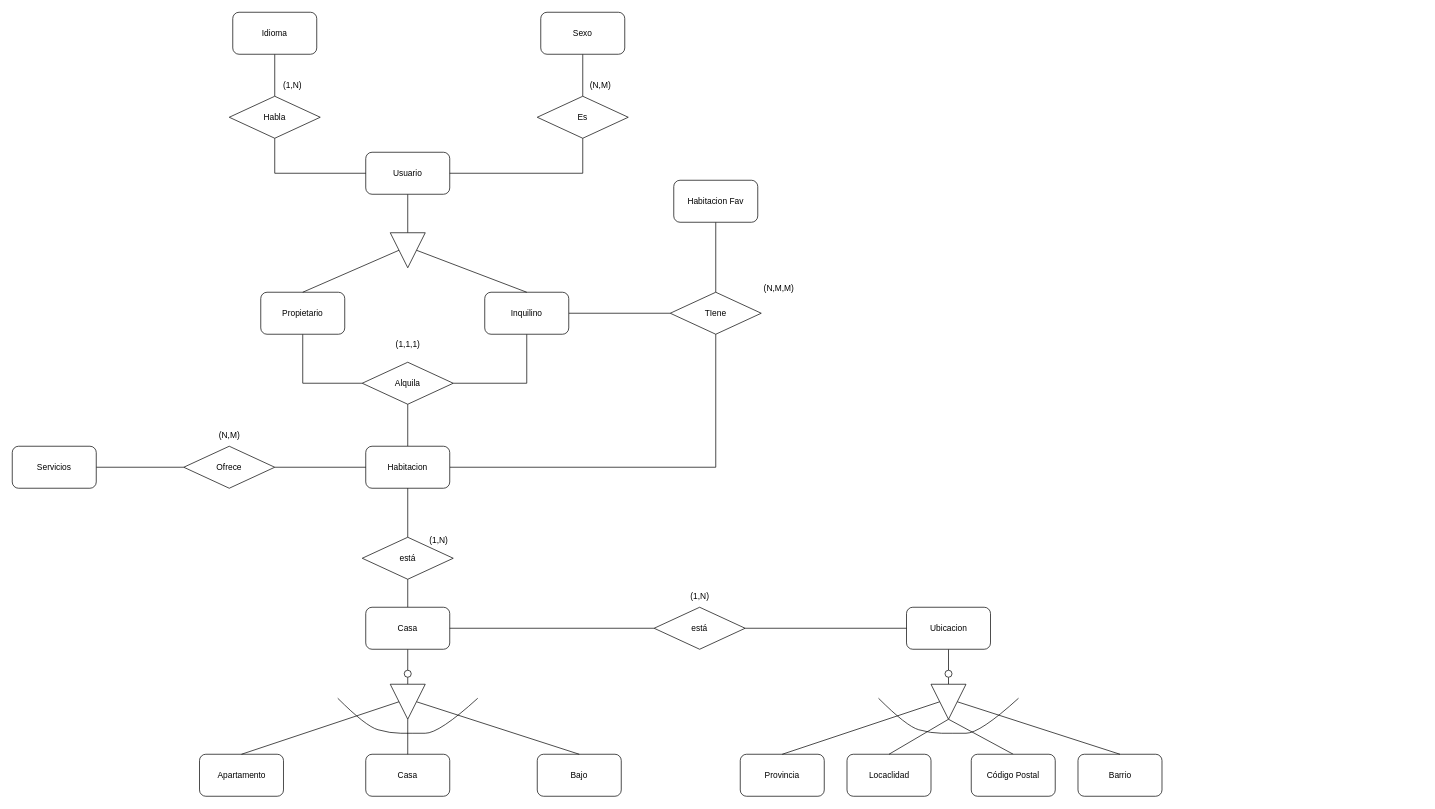
Before: ER_Rooming.drawio in samuelcrb/Rooming, a draw.io diagram. Source tidied: cells renumbered, new cells numbered last; positions are measured from the earlier drawing's top-left corner, leaving out a move shared by most shapes. Both pictures are drawn from the tidied source at 70%, with x=0, y=0 at pixel (12, 12).
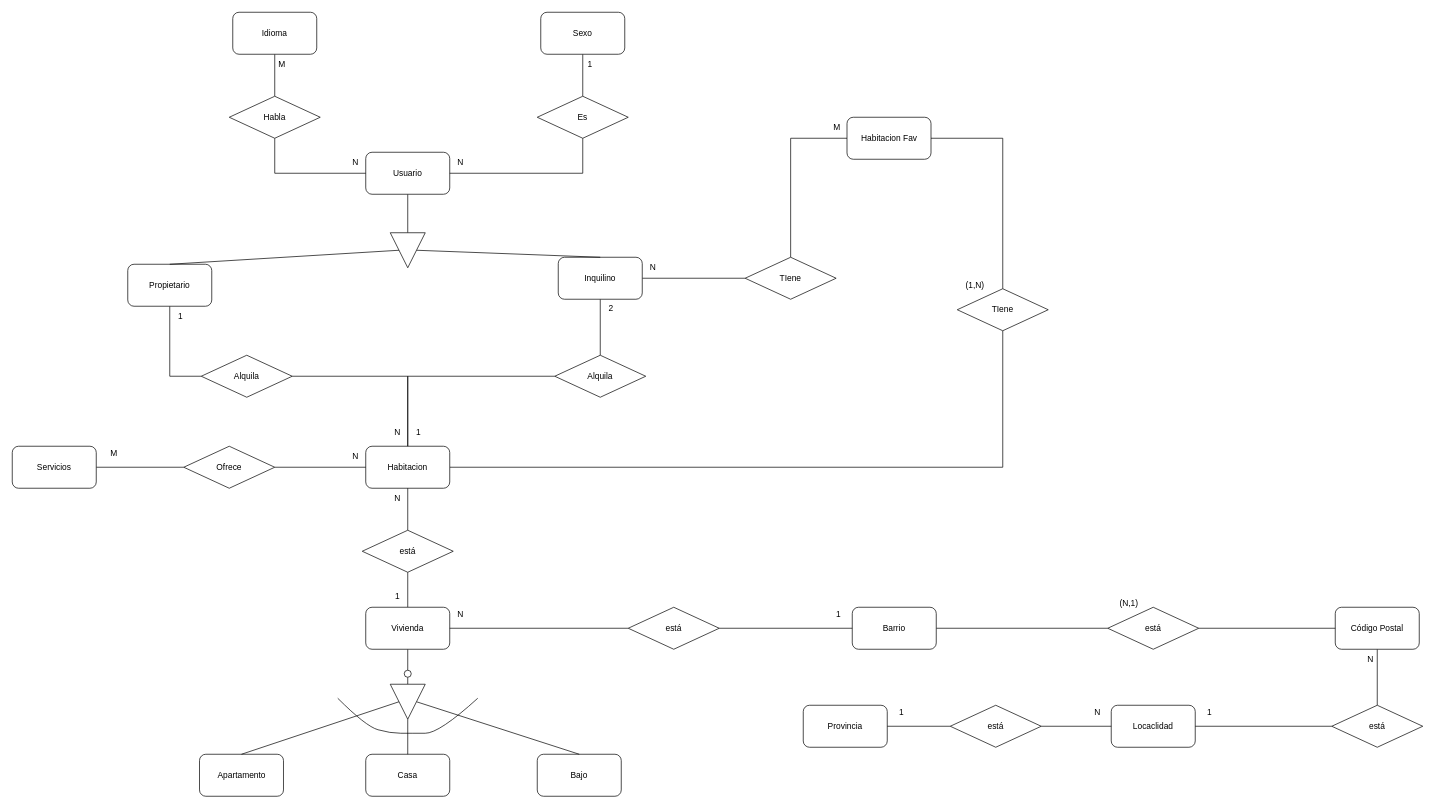
After the change.

Unchanged cells that the change refers to:
```xml
<mxCell id="15" value="Habitacion" style="rounded=1;whiteSpace=wrap;html=1;" parent="1" vertex="1">
  <mxGeometry x="505" y="620" width="120" height="60" as="geometry" />
</mxCell>
```

The edit, as a diff of the source:
```diff
@@
     <mxCell id="5" value="Propietario" style="rounded=1;whiteSpace=wrap;html=1;" parent="1" vertex="1">
-      <mxGeometry x="355" y="400" width="120" height="60" as="geometry" />
+      <mxGeometry x="165" y="360" width="120" height="60" as="geometry" />
     </mxCell>
-    <mxCell id="6" style="edgeStyle=orthogonalEdgeStyle;rounded=0;jettySize=auto;html=1;exitX=0.5;exitY=1;exitDx=0;exitDy=0;entryX=1;entryY=0.5;entryDx=0;entryDy=0;endArrow=none;endFill=0;" parent="1" edge="1" source="8" target="13">
+    <mxCell id="6" style="edgeStyle=orthogonalEdgeStyle;rounded=0;jettySize=auto;html=1;exitX=0.5;exitY=1;exitDx=0;exitDy=0;endArrow=none;endFill=0;entryX=0.5;entryY=0;entryDx=0;entryDy=0;" parent="1" edge="1" source="8" target="76">
       <mxGeometry relative="1" as="geometry" />
     </mxCell>
@@
     <mxCell id="8" value="Inquilino" style="rounded=1;whiteSpace=wrap;html=1;" parent="1" vertex="1">
-      <mxGeometry x="675" y="400" width="120" height="60" as="geometry" />
+      <mxGeometry x="780" y="350" width="120" height="60" as="geometry" />
     </mxCell>
@@
-    <mxCell id="12" style="edgeStyle=orthogonalEdgeStyle;rounded=0;jettySize=auto;html=1;entryX=0.5;entryY=0;entryDx=0;entryDy=0;endArrow=none;endFill=0;" parent="1" edge="1" source="13" target="15">
+    <mxCell id="12" style="edgeStyle=orthogonalEdgeStyle;rounded=0;jettySize=auto;html=1;entryX=0.5;entryY=0;entryDx=0;entryDy=0;endArrow=none;endFill=0;exitX=1;exitY=0.5;exitDx=0;exitDy=0;" parent="1" edge="1" source="13" target="15">
       <mxGeometry relative="1" as="geometry" />
     </mxCell>
     <mxCell id="13" value="Alquila" style="rhombus;whiteSpace=wrap;html=1;" parent="1" vertex="1">
-      <mxGeometry x="500" y="500" width="130" height="60" as="geometry" />
+      <mxGeometry x="270" y="490" width="130" height="60" as="geometry" />
     </mxCell>
-    <mxCell id="14" style="edgeStyle=orthogonalEdgeStyle;rounded=0;jettySize=auto;html=1;entryX=0.5;entryY=1;entryDx=0;entryDy=0;endArrow=none;endFill=0;" parent="1" edge="1" source="15" target="28">
+    <mxCell id="14" style="edgeStyle=orthogonalEdgeStyle;rounded=0;jettySize=auto;html=1;endArrow=none;endFill=0;entryX=0.5;entryY=1;entryDx=0;entryDy=0;" parent="1" edge="1" source="15" target="73">
       <mxGeometry relative="1" as="geometry" />
     </mxCell>
@@
-    <mxCell id="16" value="(1,1,1)" style="text;html=1;align=center;verticalAlign=middle;strokeColor=none;fillColor=none;" parent="1" vertex="1">
-      <mxGeometry x="535" y="460" width="60" height="30" as="geometry" />
-    </mxCell>
@@
-    <mxCell id="25" value="(1,N)" style="text;html=1;align=center;verticalAlign=middle;strokeColor=none;fillColor=none;" parent="1" vertex="1">
-      <mxGeometry x="375" y="90" width="50" height="30" as="geometry" />
-    </mxCell>
-    <mxCell id="26" value="(N,M)" style="text;html=1;align=center;verticalAlign=middle;strokeColor=none;fillColor=none;" parent="1" vertex="1">
-      <mxGeometry x="815" y="90" width="50" height="30" as="geometry" />
-    </mxCell>
-    <mxCell id="27" style="edgeStyle=orthogonalEdgeStyle;rounded=0;jettySize=auto;html=1;exitX=0.5;exitY=0;exitDx=0;exitDy=0;entryX=0.5;entryY=1;entryDx=0;entryDy=0;endArrow=none;endFill=0;" parent="1" edge="1" source="28" target="29">
+    <mxCell id="27" style="edgeStyle=orthogonalEdgeStyle;rounded=0;jettySize=auto;html=1;exitX=0.5;exitY=0;exitDx=0;exitDy=0;entryX=0;entryY=0.5;entryDx=0;entryDy=0;endArrow=none;endFill=0;" parent="1" edge="1" source="28" target="29">
       <mxGeometry relative="1" as="geometry" />
     </mxCell>
     <mxCell id="28" value="TIene" style="rhombus;whiteSpace=wrap;html=1;" parent="1" vertex="1">
-      <mxGeometry x="940" y="400" width="130" height="60" as="geometry" />
+      <mxGeometry x="1047" y="350" width="130" height="60" as="geometry" />
     </mxCell>
+    <mxCell id="70" style="edgeStyle=orthogonalEdgeStyle;rounded=0;jettySize=auto;html=1;entryX=0.5;entryY=0;entryDx=0;entryDy=0;endArrow=none;endFill=0;exitX=1;exitY=0.5;exitDx=0;exitDy=0;" parent="1" edge="1" source="29" target="73">
+      <mxGeometry relative="1" as="geometry" />
+    </mxCell>
     <mxCell id="29" value="Habitacion Fav" style="rounded=1;whiteSpace=wrap;html=1;" parent="1" vertex="1">
-      <mxGeometry x="945" y="240" width="120" height="60" as="geometry" />
+      <mxGeometry x="1192.5" y="150" width="120" height="60" as="geometry" />
     </mxCell>
-    <mxCell id="30" value="(N,M,M)" style="text;html=1;align=center;verticalAlign=middle;strokeColor=none;fillColor=none;" parent="1" vertex="1">
-      <mxGeometry x="1065" y="380" width="60" height="30" as="geometry" />
-    </mxCell>
@@
-    <mxCell id="35" value="(N,M)" style="text;html=1;align=center;verticalAlign=middle;strokeColor=none;fillColor=none;" parent="1" vertex="1">
-      <mxGeometry x="285" y="590" width="50" height="30" as="geometry" />
+    <mxCell id="35" value="N" style="text;html=1;align=center;verticalAlign=middle;strokeColor=none;fillColor=none;" parent="1" vertex="1">
+      <mxGeometry x="475" y="620" width="30" height="30" as="geometry" />
     </mxCell>
@@
     <mxCell id="38" value="está" style="rhombus;whiteSpace=wrap;html=1;" parent="1" vertex="1">
-      <mxGeometry x="500" y="750" width="130" height="60" as="geometry" />
+      <mxGeometry x="500" y="740" width="130" height="60" as="geometry" />
     </mxCell>
@@
-    <mxCell id="43" value="Casa" style="rounded=1;whiteSpace=wrap;html=1;" parent="1" vertex="1">
+    <mxCell id="43" value="Vivienda" style="rounded=1;whiteSpace=wrap;html=1;" parent="1" vertex="1">
       <mxGeometry x="505" y="850" width="120" height="60" as="geometry" />
     </mxCell>
@@
-    <mxCell id="51" value="(1,N)" style="text;html=1;align=center;verticalAlign=middle;strokeColor=none;fillColor=none;" parent="1" vertex="1">
-      <mxGeometry x="584" y="740" width="50" height="30" as="geometry" />
-    </mxCell>
     <mxCell id="52" value="Provincia" style="rounded=1;whiteSpace=wrap;html=1;" parent="1" vertex="1">
-      <mxGeometry x="1040" y="1060" width="120" height="60" as="geometry" />
+      <mxGeometry x="1130" y="990" width="120" height="60" as="geometry" />
     </mxCell>
+    <mxCell id="71" style="edgeStyle=orthogonalEdgeStyle;rounded=0;jettySize=auto;html=1;entryX=0;entryY=0.5;entryDx=0;entryDy=0;endArrow=none;endFill=0;" parent="1" edge="1" source="53" target="78">
+      <mxGeometry relative="1" as="geometry" />
+    </mxCell>
     <mxCell id="53" value="Barrio" style="rounded=1;whiteSpace=wrap;html=1;" parent="1" vertex="1">
-      <mxGeometry x="1522.5" y="1060" width="120" height="60" as="geometry" />
+      <mxGeometry x="1200" y="850" width="120" height="60" as="geometry" />
     </mxCell>
     <mxCell id="54" value="Locaclidad" style="rounded=1;whiteSpace=wrap;html=1;" parent="1" vertex="1">
-      <mxGeometry x="1192.5" y="1060" width="120" height="60" as="geometry" />
+      <mxGeometry x="1570" y="990" width="120" height="60" as="geometry" />
     </mxCell>
-    <mxCell id="55" style="edgeStyle=none;rounded=0;jettySize=auto;html=1;exitX=0.5;exitY=1;exitDx=0;exitDy=0;entryX=0.5;entryY=0;entryDx=0;entryDy=0;endArrow=none;endFill=0;" parent="1" edge="1" source="56" target="58">
-      <mxGeometry relative="1" as="geometry" />
-    </mxCell>
-    <mxCell id="56" value="Ubicacion" style="rounded=1;whiteSpace=wrap;html=1;" parent="1" vertex="1">
-      <mxGeometry x="1277.5" y="850" width="120" height="60" as="geometry" />
-    </mxCell>
-    <mxCell id="57" style="edgeStyle=none;rounded=0;jettySize=auto;html=1;exitX=0.5;exitY=1;exitDx=0;exitDy=0;entryX=0;entryY=0.5;entryDx=0;entryDy=0;endArrow=none;endFill=0;" parent="1" edge="1" source="58" target="63">
-      <mxGeometry relative="1" as="geometry" />
-    </mxCell>
-    <mxCell id="58" style="ellipse;whiteSpace=wrap;html=1;" parent="1" vertex="1">
-      <mxGeometry x="1332.5" y="940" width="10" height="10" as="geometry" />
-    </mxCell>
-    <mxCell id="59" style="rounded=0;jettySize=auto;html=1;exitX=0.5;exitY=1;exitDx=0;exitDy=0;entryX=0.5;entryY=0;entryDx=0;entryDy=0;endArrow=none;endFill=0;" parent="1" edge="1" source="63" target="52">
-      <mxGeometry relative="1" as="geometry" />
-    </mxCell>
-    <mxCell id="60" style="edgeStyle=none;rounded=0;jettySize=auto;html=1;exitX=1;exitY=0.5;exitDx=0;exitDy=0;entryX=0.5;entryY=0;entryDx=0;entryDy=0;endArrow=none;endFill=0;" parent="1" edge="1" source="63" target="54">
-      <mxGeometry relative="1" as="geometry" />
-    </mxCell>
-    <mxCell id="61" style="edgeStyle=none;rounded=0;jettySize=auto;html=1;exitX=0.5;exitY=0;exitDx=0;exitDy=0;entryX=0.5;entryY=0;entryDx=0;entryDy=0;endArrow=none;endFill=0;" parent="1" edge="1" source="63" target="53">
-      <mxGeometry relative="1" as="geometry" />
-    </mxCell>
-    <mxCell id="62" style="edgeStyle=none;rounded=0;jettySize=auto;html=1;exitX=1;exitY=0.5;exitDx=0;exitDy=0;entryX=0.5;entryY=0;entryDx=0;entryDy=0;endArrow=none;endFill=0;" parent="1" edge="1" source="63" target="65">
-      <mxGeometry relative="1" as="geometry" />
-    </mxCell>
-    <mxCell id="63" style="triangle;whiteSpace=wrap;html=1;rotation=90;" parent="1" vertex="1">
-      <mxGeometry x="1312.5" y="960" width="50" height="50" as="geometry" />
-    </mxCell>
-    <mxCell id="64" style="curved=1;endArrow=none;html=1;rounded=0;endFill=0;" parent="1" edge="1">
-      <mxGeometry relative="1" as="geometry">
-        <mxPoint x="1237.5" y="980" as="sourcePoint" />
-        <mxPoint x="1437.5" y="980" as="targetPoint" />
-        <Array as="points">
-          <mxPoint x="1277.5" y="1020" />
-          <mxPoint x="1312.5" y="1030" />
-          <mxPoint x="1342.5" y="1030" />
-          <mxPoint x="1382.5" y="1030" />
-        </Array>
-      </mxGeometry>
-    </mxCell>
+    <mxCell id="72" style="edgeStyle=orthogonalEdgeStyle;rounded=0;jettySize=auto;html=1;entryX=0.5;entryY=0;entryDx=0;entryDy=0;endArrow=none;endFill=0;" parent="1" edge="1" source="65" target="80">
+      <mxGeometry relative="1" as="geometry" />
+    </mxCell>
     <mxCell id="65" value="Código Postal" style="rounded=1;whiteSpace=wrap;html=1;" parent="1" vertex="1">
-      <mxGeometry x="1370" y="1060" width="120" height="60" as="geometry" />
+      <mxGeometry x="1890" y="850" width="120" height="60" as="geometry" />
     </mxCell>
@@
-    <mxCell id="67" style="edgeStyle=none;rounded=0;jettySize=auto;html=1;entryX=0;entryY=0.5;entryDx=0;entryDy=0;endArrow=none;endFill=0;" parent="1" edge="1" source="68" target="56">
+    <mxCell id="67" style="edgeStyle=none;rounded=0;jettySize=auto;html=1;entryX=0;entryY=0.5;entryDx=0;entryDy=0;endArrow=none;endFill=0;" parent="1" edge="1" source="68" target="53">
       <mxGeometry relative="1" as="geometry" />
     </mxCell>
     <mxCell id="68" value="está" style="rhombus;whiteSpace=wrap;html=1;" parent="1" vertex="1">
-      <mxGeometry x="917" y="850" width="130" height="60" as="geometry" />
+      <mxGeometry x="880" y="850" width="130" height="60" as="geometry" />
     </mxCell>
-    <mxCell id="69" value="(1,N)" style="text;html=1;align=center;verticalAlign=middle;strokeColor=none;fillColor=none;" parent="1" vertex="1">
-      <mxGeometry x="957" y="820" width="50" height="30" as="geometry" />
-    </mxCell>
+    <mxCell id="73" value="TIene" style="rhombus;whiteSpace=wrap;html=1;" parent="1" vertex="1">
+      <mxGeometry x="1350" y="395" width="130" height="60" as="geometry" />
+    </mxCell>
+    <mxCell id="74" value="(1,N)" style="text;html=1;align=center;verticalAlign=middle;strokeColor=none;fillColor=none;" parent="1" vertex="1">
+      <mxGeometry x="1350" y="375" width="50" height="30" as="geometry" />
+    </mxCell>
+    <mxCell id="75" style="edgeStyle=orthogonalEdgeStyle;rounded=0;jettySize=auto;html=1;exitX=0;exitY=0.5;exitDx=0;exitDy=0;entryX=0.5;entryY=0;entryDx=0;entryDy=0;endArrow=none;endFill=0;" parent="1" edge="1" source="76" target="15">
+      <mxGeometry relative="1" as="geometry" />
+    </mxCell>
+    <mxCell id="76" value="Alquila" style="rhombus;whiteSpace=wrap;html=1;" parent="1" vertex="1">
+      <mxGeometry x="775" y="490" width="130" height="60" as="geometry" />
+    </mxCell>
+    <mxCell id="77" style="edgeStyle=orthogonalEdgeStyle;rounded=0;jettySize=auto;html=1;entryX=0;entryY=0.5;entryDx=0;entryDy=0;endArrow=none;endFill=0;" parent="1" edge="1" source="78" target="65">
+      <mxGeometry relative="1" as="geometry" />
+    </mxCell>
+    <mxCell id="78" value="está" style="rhombus;whiteSpace=wrap;html=1;" parent="1" vertex="1">
+      <mxGeometry x="1565" y="850" width="130" height="60" as="geometry" />
+    </mxCell>
+    <mxCell id="79" style="edgeStyle=orthogonalEdgeStyle;rounded=0;jettySize=auto;html=1;entryX=1;entryY=0.5;entryDx=0;entryDy=0;endArrow=none;endFill=0;" parent="1" edge="1" source="80" target="54">
+      <mxGeometry relative="1" as="geometry" />
+    </mxCell>
+    <mxCell id="80" value="está" style="rhombus;whiteSpace=wrap;html=1;" parent="1" vertex="1">
+      <mxGeometry x="1885" y="990" width="130" height="60" as="geometry" />
+    </mxCell>
+    <mxCell id="81" style="edgeStyle=orthogonalEdgeStyle;rounded=0;jettySize=auto;html=1;entryX=0;entryY=0.5;entryDx=0;entryDy=0;endArrow=none;endFill=0;" parent="1" edge="1" source="83" target="54">
+      <mxGeometry relative="1" as="geometry" />
+    </mxCell>
+    <mxCell id="82" style="edgeStyle=orthogonalEdgeStyle;rounded=0;jettySize=auto;html=1;entryX=1;entryY=0.5;entryDx=0;entryDy=0;endArrow=none;endFill=0;" parent="1" edge="1" source="83" target="52">
+      <mxGeometry relative="1" as="geometry" />
+    </mxCell>
+    <mxCell id="83" value="está" style="rhombus;whiteSpace=wrap;html=1;" parent="1" vertex="1">
+      <mxGeometry x="1340" y="990" width="130" height="60" as="geometry" />
+    </mxCell>
+    <mxCell id="84" value="(N,1)" style="text;html=1;align=center;verticalAlign=middle;strokeColor=none;fillColor=none;" parent="1" vertex="1">
+      <mxGeometry x="1570" y="830" width="50" height="30" as="geometry" />
+    </mxCell>
+    <mxCell id="85" value="N" style="text;html=1;align=center;verticalAlign=middle;strokeColor=none;fillColor=none;" parent="1" vertex="1">
+      <mxGeometry x="475" y="200" width="30" height="30" as="geometry" />
+    </mxCell>
+    <mxCell id="86" value="M" style="text;html=1;align=center;verticalAlign=middle;strokeColor=none;fillColor=none;" parent="1" vertex="1">
+      <mxGeometry x="370" y="60" width="30" height="30" as="geometry" />
+    </mxCell>
+    <mxCell id="87" value="N" style="text;html=1;align=center;verticalAlign=middle;strokeColor=none;fillColor=none;" parent="1" vertex="1">
+      <mxGeometry x="625" y="200" width="30" height="30" as="geometry" />
+    </mxCell>
+    <mxCell id="88" value="1" style="text;html=1;align=center;verticalAlign=middle;strokeColor=none;fillColor=none;" parent="1" vertex="1">
+      <mxGeometry x="810" y="60" width="30" height="30" as="geometry" />
+    </mxCell>
+    <mxCell id="89" value="1" style="text;html=1;align=center;verticalAlign=middle;strokeColor=none;fillColor=none;" parent="1" vertex="1">
+      <mxGeometry x="225" y="420" width="30" height="30" as="geometry" />
+    </mxCell>
+    <mxCell id="90" value="N" style="text;html=1;align=center;verticalAlign=middle;strokeColor=none;fillColor=none;" parent="1" vertex="1">
+      <mxGeometry x="535" y="585" width="30" height="30" as="geometry" />
+    </mxCell>
+    <mxCell id="91" value="1" style="text;html=1;align=center;verticalAlign=middle;strokeColor=none;fillColor=none;" parent="1" vertex="1">
+      <mxGeometry x="565" y="585" width="30" height="30" as="geometry" />
+    </mxCell>
+    <mxCell id="92" value="&lt;div&gt;2&lt;/div&gt;&lt;div&gt;&lt;br&gt;&lt;/div&gt;" style="text;html=1;align=center;verticalAlign=middle;strokeColor=none;fillColor=none;" parent="1" vertex="1">
+      <mxGeometry x="840" y="410" width="30" height="40" as="geometry" />
+    </mxCell>
+    <mxCell id="93" value="N" style="text;html=1;align=center;verticalAlign=middle;strokeColor=none;fillColor=none;" parent="1" vertex="1">
+      <mxGeometry x="900" y="350" width="30" height="30" as="geometry" />
+    </mxCell>
+    <mxCell id="94" value="&lt;div&gt;M&lt;/div&gt;" style="text;html=1;align=center;verticalAlign=middle;strokeColor=none;fillColor=none;" parent="1" vertex="1">
+      <mxGeometry x="1162.5" y="150" width="30" height="30" as="geometry" />
+    </mxCell>
+    <mxCell id="95" value="M" style="text;html=1;align=center;verticalAlign=middle;strokeColor=none;fillColor=none;" parent="1" vertex="1">
+      <mxGeometry x="130" y="615" width="30" height="30" as="geometry" />
+    </mxCell>
+    <mxCell id="96" value="1" style="text;html=1;align=center;verticalAlign=middle;strokeColor=none;fillColor=none;" parent="1" vertex="1">
+      <mxGeometry x="535" y="820" width="30" height="30" as="geometry" />
+    </mxCell>
+    <mxCell id="97" value="&lt;div&gt;N&lt;/div&gt;" style="text;html=1;align=center;verticalAlign=middle;strokeColor=none;fillColor=none;" parent="1" vertex="1">
+      <mxGeometry x="535" y="680" width="30" height="30" as="geometry" />
+    </mxCell>
+    <mxCell id="98" value="1" style="text;html=1;align=center;verticalAlign=middle;strokeColor=none;fillColor=none;" parent="1" vertex="1">
+      <mxGeometry x="1255" y="985" width="30" height="30" as="geometry" />
+    </mxCell>
+    <mxCell id="99" value="&lt;div&gt;N&lt;/div&gt;" style="text;html=1;align=center;verticalAlign=middle;strokeColor=none;fillColor=none;" parent="1" vertex="1">
+      <mxGeometry x="1535" y="985" width="30" height="30" as="geometry" />
+    </mxCell>
+    <mxCell id="100" value="1" style="text;html=1;align=center;verticalAlign=middle;strokeColor=none;fillColor=none;" parent="1" vertex="1">
+      <mxGeometry x="1695" y="985" width="30" height="30" as="geometry" />
+    </mxCell>
+    <mxCell id="101" value="N" style="text;html=1;align=center;verticalAlign=middle;strokeColor=none;fillColor=none;" parent="1" vertex="1">
+      <mxGeometry x="1925" y="910" width="30" height="30" as="geometry" />
+    </mxCell>
+    <mxCell id="102" value="1" style="text;html=1;align=center;verticalAlign=middle;strokeColor=none;fillColor=none;" parent="1" vertex="1">
+      <mxGeometry x="1165" y="845" width="30" height="30" as="geometry" />
+    </mxCell>
+    <mxCell id="103" value="&lt;div&gt;N&lt;/div&gt;" style="text;html=1;align=center;verticalAlign=middle;strokeColor=none;fillColor=none;" parent="1" vertex="1">
+      <mxGeometry x="625" y="845" width="30" height="30" as="geometry" />
+    </mxCell>
```
